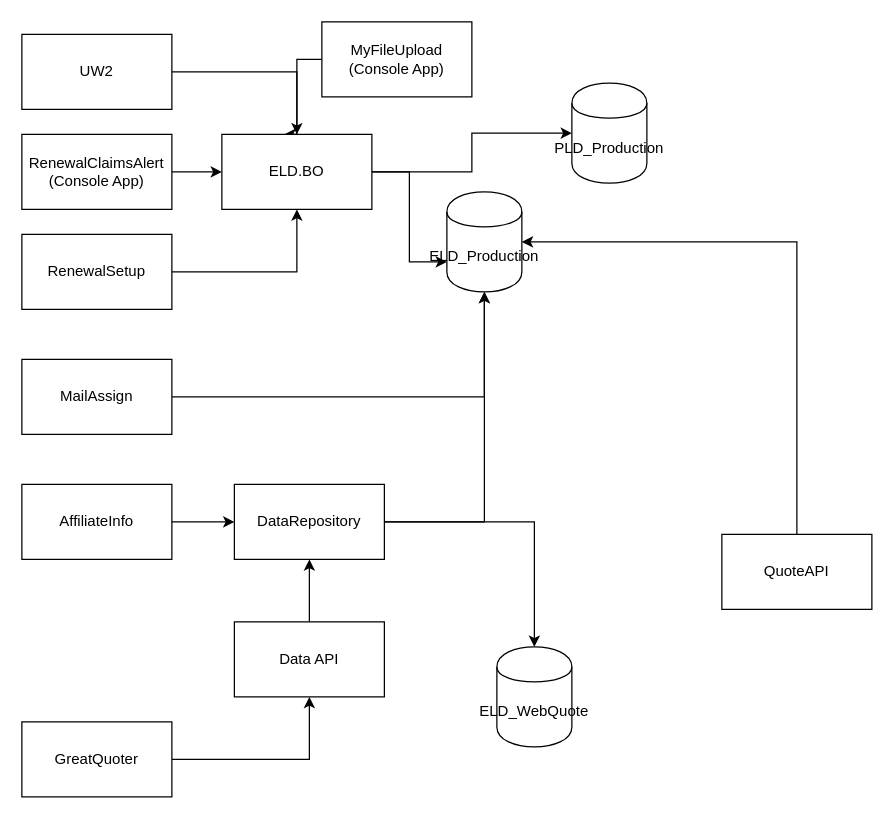
This is Untitled Diagram.drawio from code-xhyun/draw.io, a draw.io file, before an edit. Source tidied: cells renumbered, new cells numbered last; positions are measured from the earlier drawing's top-left corner, leaving out a move shared by most shapes. Both pictures are drawn from the tidied source at 125%, with x=0, y=0 at pixel (21, 21).
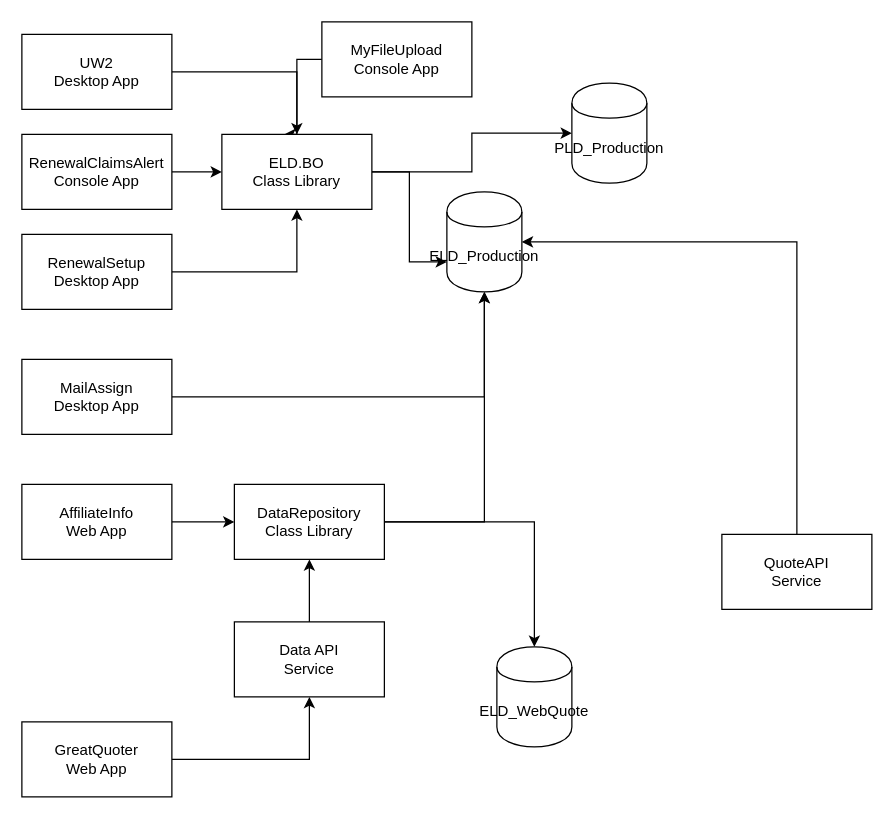
Above is the later version.

Change to the diagram source:
```diff
@@
-    <mxCell id="3" value="UW2" style="rounded=0;whiteSpace=wrap;html=1;" parent="1" vertex="1">
+    <mxCell id="3" value="UW2&lt;br&gt;Desktop App" style="rounded=0;whiteSpace=wrap;html=1;" parent="1" vertex="1">
       <mxGeometry y="10" width="120" height="60" as="geometry" />
     </mxCell>
@@
-    <mxCell id="5" value="MailAssign&lt;br&gt;" style="rounded=0;whiteSpace=wrap;html=1;" parent="1" vertex="1">
+    <mxCell id="5" value="MailAssign&lt;br&gt;Desktop App" style="rounded=0;whiteSpace=wrap;html=1;" parent="1" vertex="1">
       <mxGeometry y="270" width="120" height="60" as="geometry" />
     </mxCell>
@@
-    <mxCell id="7" value="RenewalSetup" style="rounded=0;whiteSpace=wrap;html=1;" parent="1" vertex="1">
+    <mxCell id="7" value="RenewalSetup&lt;br&gt;Desktop App" style="rounded=0;whiteSpace=wrap;html=1;" parent="1" vertex="1">
       <mxGeometry y="170" width="120" height="60" as="geometry" />
     </mxCell>
@@
-    <mxCell id="11" value="ELD.BO" style="rounded=0;whiteSpace=wrap;html=1;" parent="1" vertex="1">
+    <mxCell id="11" value="ELD.BO&lt;br&gt;Class Library" style="rounded=0;whiteSpace=wrap;html=1;" parent="1" vertex="1">
       <mxGeometry x="160" y="90" width="120" height="60" as="geometry" />
     </mxCell>
@@
-    <mxCell id="14" value="DataRepository" style="rounded=0;whiteSpace=wrap;html=1;" parent="1" vertex="1">
+    <mxCell id="14" value="DataRepository&lt;br&gt;Class Library" style="rounded=0;whiteSpace=wrap;html=1;" parent="1" vertex="1">
       <mxGeometry x="170" y="370" width="120" height="60" as="geometry" />
     </mxCell>
@@
-    <mxCell id="16" value="Data API" style="rounded=0;whiteSpace=wrap;html=1;" parent="1" vertex="1">
+    <mxCell id="16" value="Data API&lt;br&gt;Service" style="rounded=0;whiteSpace=wrap;html=1;" parent="1" vertex="1">
       <mxGeometry x="170" y="480" width="120" height="60" as="geometry" />
     </mxCell>
@@
-    <mxCell id="18" value="GreatQuoter" style="rounded=0;whiteSpace=wrap;html=1;" parent="1" vertex="1">
+    <mxCell id="18" value="GreatQuoter&lt;br&gt;Web App" style="rounded=0;whiteSpace=wrap;html=1;" parent="1" vertex="1">
       <mxGeometry y="560" width="120" height="60" as="geometry" />
     </mxCell>
@@
-    <mxCell id="20" value="AffiliateInfo" style="rounded=0;whiteSpace=wrap;html=1;" parent="1" vertex="1">
+    <mxCell id="20" value="AffiliateInfo&lt;br&gt;Web App" style="rounded=0;whiteSpace=wrap;html=1;" parent="1" vertex="1">
       <mxGeometry y="370" width="120" height="60" as="geometry" />
     </mxCell>
@@
-    <mxCell id="22" value="RenewalClaimsAlert&lt;br&gt;(Console App)" style="rounded=0;whiteSpace=wrap;html=1;" parent="1" vertex="1">
+    <mxCell id="22" value="RenewalClaimsAlert&lt;br&gt;Console App" style="rounded=0;whiteSpace=wrap;html=1;" parent="1" vertex="1">
       <mxGeometry y="90" width="120" height="60" as="geometry" />
     </mxCell>
@@
-    <mxCell id="24" value="MyFileUpload&lt;br&gt;(Console App)" style="rounded=0;whiteSpace=wrap;html=1;" parent="1" vertex="1">
+    <mxCell id="24" value="MyFileUpload&lt;br&gt;Console App" style="rounded=0;whiteSpace=wrap;html=1;" parent="1" vertex="1">
       <mxGeometry x="240" width="120" height="60" as="geometry" />
     </mxCell>
@@
-    <mxCell id="26" value="QuoteAPI" style="rounded=0;whiteSpace=wrap;html=1;" parent="1" vertex="1">
+    <mxCell id="26" value="QuoteAPI&lt;br&gt;Service" style="rounded=0;whiteSpace=wrap;html=1;" parent="1" vertex="1">
       <mxGeometry x="560" y="410" width="120" height="60" as="geometry" />
     </mxCell>
```
